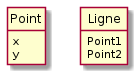
This is plantuml.png from IUT-Blagnac/bcoo-ZuluSensu, a PlantUML export, as it was before one commit.
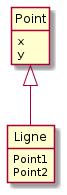
Later version of the same file.

Commit message:
Fix 0.5.2 : Diagramme de classe

Nouvelle version du diagramme de classe

Diff of the diagram source:
```diff
@@ -8,7 +8,7 @@
 y
 }
 
-class Ligne {
+class Ligne extends Point {
 Point1
 Point2
 }
```
